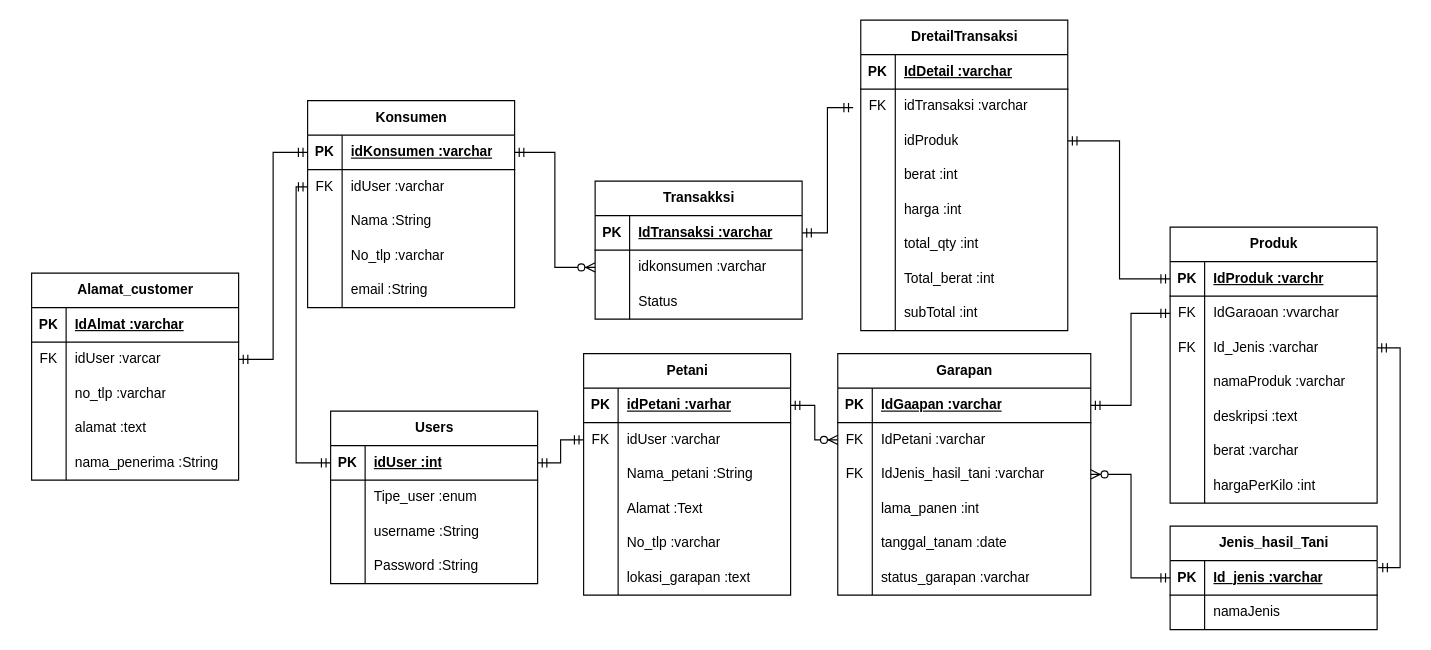
The draw.io diagram ERD.drawio in zzarr/Project3-design-diagram, before the edit. Source tidied: cells renumbered, new cells numbered last; positions are measured from the earlier drawing's top-left corner, leaving out a move shared by most shapes. Both pictures are drawn from the tidied source at 115%, with x=0, y=0 at pixel (31, 20).
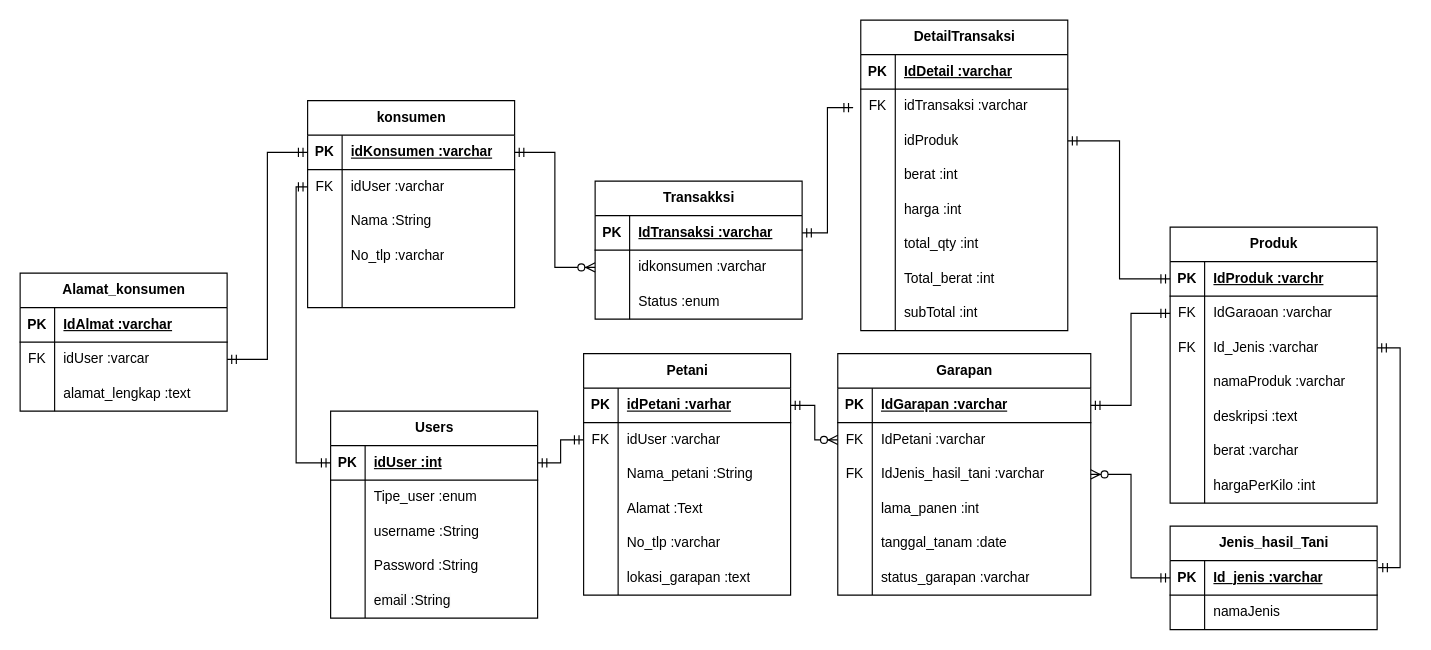
Above is the later version.

Unchanged cells that the change refers to:
```xml
<mxCell id="47" style="shape=tableRow;horizontal=0;startSize=0;swimlaneHead=0;swimlaneBody=0;fillColor=none;top=0;left=0;right=0;bottom=0;" parent="34" vertex="1">
  <mxGeometry y="150" width="180" height="30" as="geometry" />
</mxCell>
<mxCell id="70" style="shape=tableRow;horizontal=0;startSize=0;swimlaneHead=0;swimlaneBody=0;fillColor=none;points=[[0,0.5],[1,0.5]];portConstraint=eastwest;top=0;left=0;right=0;bottom=1;" parent="69" vertex="1">
  <mxGeometry y="30" width="220" height="30" as="geometry" />
</mxCell>
<mxCell id="101" style="shape=tableRow;horizontal=0;startSize=0;swimlaneHead=0;swimlaneBody=0;fillColor=none;points=[[0,0.5],[1,0.5]];portConstraint=eastwest;top=0;left=0;right=0;bottom=0;" parent="97" vertex="1">
  <mxGeometry y="60" width="180" height="30" as="geometry" />
</mxCell>
<mxCell id="128" style="shape=tableRow;horizontal=0;startSize=0;swimlaneHead=0;swimlaneBody=0;fillColor=none;top=0;left=0;right=0;bottom=0;" parent="121" vertex="1">
  <mxGeometry y="90" width="180" height="30" as="geometry" />
</mxCell>
```

What changed in the source:
```diff
@@
     <mxCell id="2" value="Users" style="shape=table;startSize=30;childLayout=tableLayout;rowLines=0;fontStyle=1;align=center;html=1;" parent="1" vertex="1">
-      <mxGeometry x="260" y="340" width="180" height="150" as="geometry" />
+      <mxGeometry x="260" y="340" width="180" height="180" as="geometry" />
     </mxCell>
@@
+    <mxCell id="63" style="shape=tableRow;horizontal=0;startSize=0;swimlaneHead=0;swimlaneBody=0;fillColor=none;top=0;left=0;right=0;bottom=0;" parent="2" vertex="1">
+      <mxGeometry y="150" width="180" height="30" as="geometry" />
+    </mxCell>
+    <mxCell id="159" style="shape=partialRectangle;fillColor=none;top=0;left=0;bottom=0;right=0;overflow=hidden;whiteSpace=wrap;html=1;" parent="63" vertex="1">
+      <mxGeometry width="30" height="30" as="geometry" />
+    </mxCell>
+    <mxCell id="160" value="&lt;span style=&quot;color: rgb(0, 0, 0); font-family: Helvetica; font-size: 12px; font-style: normal; font-variant-ligatures: normal; font-variant-caps: normal; font-weight: 400; letter-spacing: normal; orphans: 2; text-align: left; text-indent: 0px; text-transform: none; widows: 2; word-spacing: 0px; -webkit-text-stroke-width: 0px; white-space: normal; background-color: rgb(251, 251, 251); text-decoration-thickness: initial; text-decoration-style: initial; text-decoration-color: initial; display: inline !important; float: none;&quot;&gt;email :String&lt;/span&gt;" style="shape=partialRectangle;fillColor=none;top=0;left=0;bottom=0;right=0;align=left;spacingLeft=6;overflow=hidden;whiteSpace=wrap;html=1;" parent="63" vertex="1">
+      <mxGeometry x="30" width="150" height="30" as="geometry" />
+    </mxCell>
@@
-    <mxCell id="34" value="Konsumen" style="shape=table;startSize=30;childLayout=tableLayout;rowLines=0;fontStyle=1;align=center;html=1;" parent="1" vertex="1">
+    <mxCell id="34" value="konsumen" style="shape=table;startSize=30;childLayout=tableLayout;rowLines=0;fontStyle=1;align=center;html=1;" parent="1" vertex="1">
       <mxGeometry x="240" y="70" width="180" height="180" as="geometry" />
     </mxCell>
@@
-    <mxCell id="49" value="email :String" style="shape=partialRectangle;fillColor=none;top=0;left=0;bottom=0;right=0;align=left;spacingLeft=6;overflow=hidden;whiteSpace=wrap;html=1;" parent="47" vertex="1">
+    <mxCell id="49" style="shape=partialRectangle;fillColor=none;top=0;left=0;bottom=0;right=0;align=left;spacingLeft=6;overflow=hidden;whiteSpace=wrap;html=1;" parent="47" vertex="1">
       <mxGeometry x="30" width="150" height="30" as="geometry" />
     </mxCell>
-    <mxCell id="50" value="Alamat_customer" style="shape=table;startSize=30;childLayout=tableLayout;rowLines=0;fontStyle=1;align=center;html=1;" parent="1" vertex="1">
-      <mxGeometry y="220" width="180" height="180" as="geometry" />
+    <mxCell id="50" value="Alamat_konsumen" style="shape=table;startSize=30;childLayout=tableLayout;rowLines=0;fontStyle=1;align=center;html=1;" parent="1" vertex="1">
+      <mxGeometry x="-10" y="220" width="180" height="120" as="geometry" />
     </mxCell>
@@
-    <mxCell id="57" style="shape=tableRow;horizontal=0;startSize=0;swimlaneHead=0;swimlaneBody=0;fillColor=none;top=0;left=0;right=0;bottom=0;" parent="50" vertex="1">
-      <mxGeometry y="90" width="180" height="30" as="geometry" />
-    </mxCell>
-    <mxCell id="58" style="shape=partialRectangle;fillColor=none;top=0;left=0;bottom=0;right=0;overflow=hidden;whiteSpace=wrap;html=1;" parent="57" vertex="1">
-      <mxGeometry width="30" height="30" as="geometry" />
-    </mxCell>
-    <mxCell id="59" value="no_tlp :varchar" style="shape=partialRectangle;fillColor=none;top=0;left=0;bottom=0;right=0;align=left;spacingLeft=6;overflow=hidden;whiteSpace=wrap;html=1;" parent="57" vertex="1">
-      <mxGeometry x="30" width="150" height="30" as="geometry" />
-    </mxCell>
     <mxCell id="60" style="shape=tableRow;horizontal=0;startSize=0;swimlaneHead=0;swimlaneBody=0;fillColor=none;top=0;left=0;right=0;bottom=0;" parent="50" vertex="1">
-      <mxGeometry y="120" width="180" height="30" as="geometry" />
+      <mxGeometry y="90" width="180" height="30" as="geometry" />
     </mxCell>
@@
-    <mxCell id="62" value="alamat :text" style="shape=partialRectangle;fillColor=none;top=0;left=0;bottom=0;right=0;align=left;spacingLeft=6;overflow=hidden;whiteSpace=wrap;html=1;" parent="60" vertex="1">
+    <mxCell id="62" value="alamat_lengkap :text" style="shape=partialRectangle;fillColor=none;top=0;left=0;bottom=0;right=0;align=left;spacingLeft=6;overflow=hidden;whiteSpace=wrap;html=1;" parent="60" vertex="1">
       <mxGeometry x="30" width="150" height="30" as="geometry" />
     </mxCell>
-    <mxCell id="63" style="shape=tableRow;horizontal=0;startSize=0;swimlaneHead=0;swimlaneBody=0;fillColor=none;top=0;left=0;right=0;bottom=0;" parent="50" vertex="1">
-      <mxGeometry y="150" width="180" height="30" as="geometry" />
-    </mxCell>
-    <mxCell id="64" style="shape=partialRectangle;fillColor=none;top=0;left=0;bottom=0;right=0;overflow=hidden;whiteSpace=wrap;html=1;" parent="63" vertex="1">
-      <mxGeometry width="30" height="30" as="geometry" />
-    </mxCell>
-    <mxCell id="65" value="nama_penerima :String" style="shape=partialRectangle;fillColor=none;top=0;left=0;bottom=0;right=0;align=left;spacingLeft=6;overflow=hidden;whiteSpace=wrap;html=1;" parent="63" vertex="1">
-      <mxGeometry x="30" width="150" height="30" as="geometry" />
-    </mxCell>
@@
-    <mxCell id="72" value="IdGaapan :varchar" style="shape=partialRectangle;fillColor=none;top=0;left=0;bottom=0;right=0;align=left;spacingLeft=6;fontStyle=5;overflow=hidden;whiteSpace=wrap;html=1;" parent="70" vertex="1">
+    <mxCell id="72" value="IdGarapan :varchar" style="shape=partialRectangle;fillColor=none;top=0;left=0;bottom=0;right=0;align=left;spacingLeft=6;fontStyle=5;overflow=hidden;whiteSpace=wrap;html=1;" parent="70" vertex="1">
       <mxGeometry x="30" width="190" height="30" as="geometry" />
     </mxCell>
@@
-    <mxCell id="103" value="IdGaraoan :vvarchar" style="shape=partialRectangle;fillColor=none;top=0;left=0;bottom=0;right=0;align=left;spacingLeft=6;overflow=hidden;whiteSpace=wrap;html=1;" parent="101" vertex="1">
+    <mxCell id="103" value="IdGaraoan :varchar" style="shape=partialRectangle;fillColor=none;top=0;left=0;bottom=0;right=0;align=left;spacingLeft=6;overflow=hidden;whiteSpace=wrap;html=1;" parent="101" vertex="1">
       <mxGeometry x="30" width="150" height="30" as="geometry" />
     </mxCell>
@@
-    <mxCell id="130" value="Status" style="shape=partialRectangle;fillColor=none;top=0;left=0;bottom=0;right=0;align=left;spacingLeft=6;overflow=hidden;whiteSpace=wrap;html=1;" parent="128" vertex="1">
+    <mxCell id="130" value="Status :enum" style="shape=partialRectangle;fillColor=none;top=0;left=0;bottom=0;right=0;align=left;spacingLeft=6;overflow=hidden;whiteSpace=wrap;html=1;" parent="128" vertex="1">
       <mxGeometry x="30" width="150" height="30" as="geometry" />
     </mxCell>
@@
-    <mxCell id="132" value="DretailTransaksi" style="shape=table;startSize=30;childLayout=tableLayout;rowLines=0;fontStyle=1;align=center;html=1;" parent="1" vertex="1">
+    <mxCell id="132" value="DetailTransaksi" style="shape=table;startSize=30;childLayout=tableLayout;rowLines=0;fontStyle=1;align=center;html=1;" parent="1" vertex="1">
       <mxGeometry x="721" width="180" height="270" as="geometry" />
     </mxCell>
```
